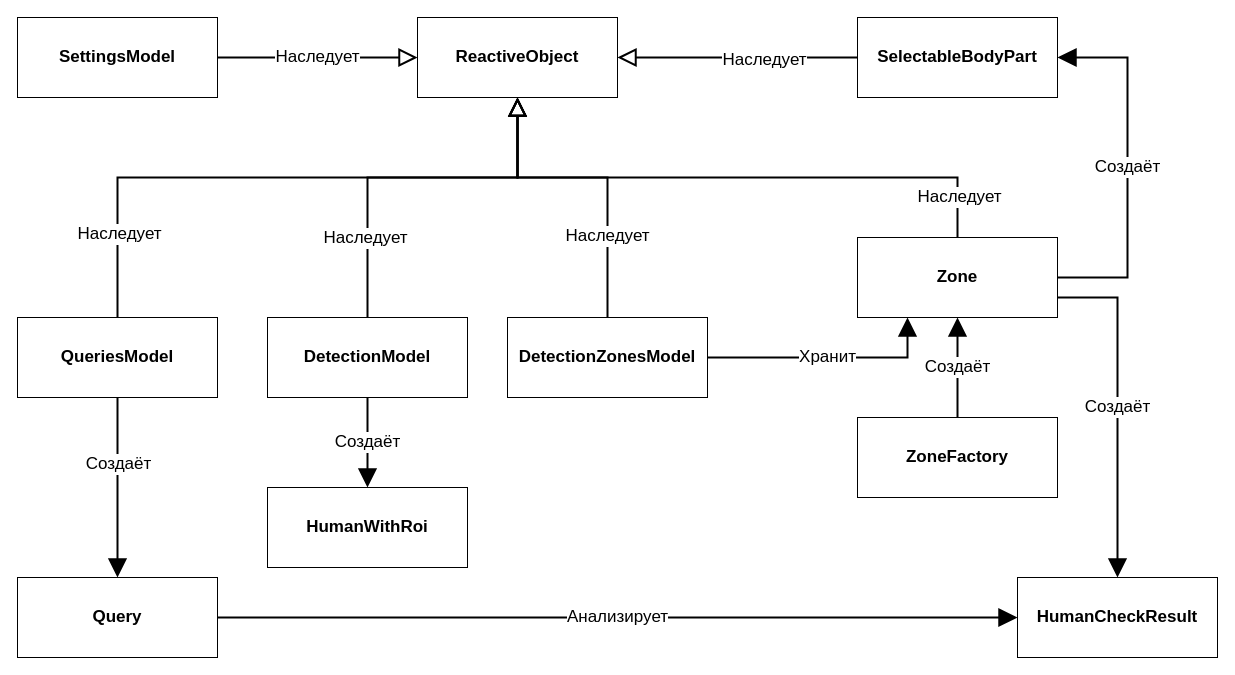
Above: page "Models" (2 of 12) of Engineering/Packets.drawio in GoldGreen/Skeletonization (draw.io), before the change. Source tidied: cells renumbered, new cells numbered last; positions are measured from the earlier drawing's top-left corner, leaving out a move shared by most shapes. Both pictures are drawn from the tidied source at 100%, with x=0, y=0 at pixel (17, 17).
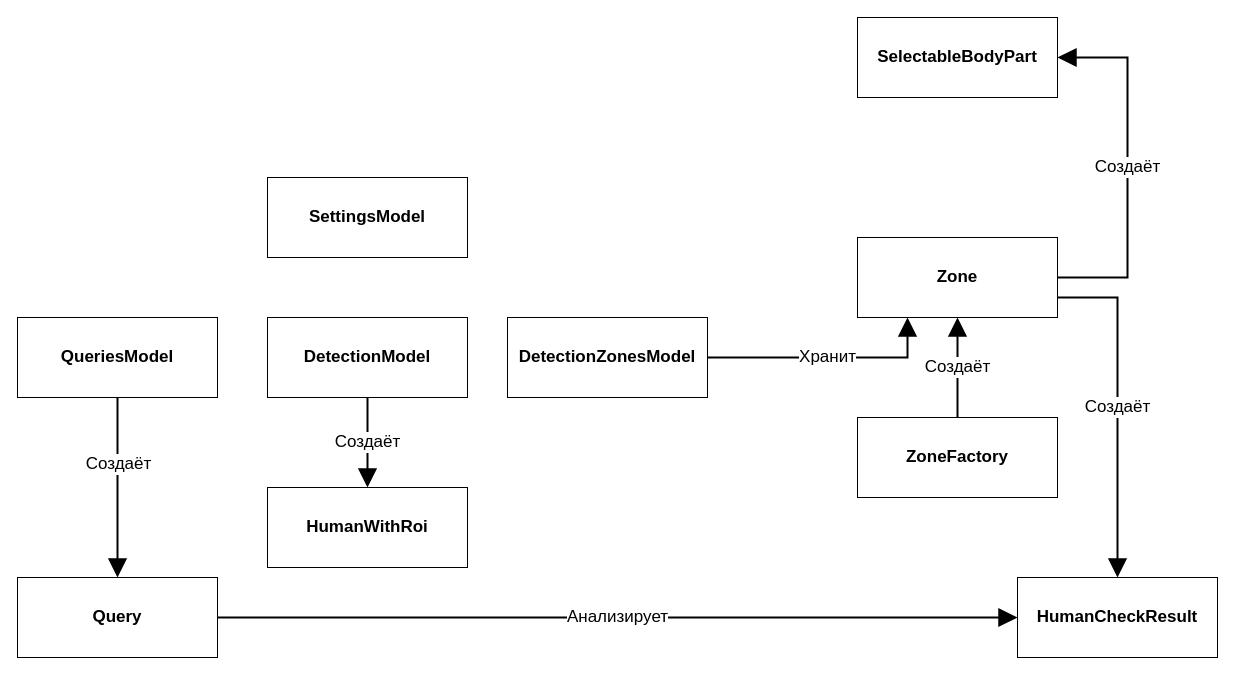
The same page after the edit.

Unchanged cells that the change refers to:
```xml
<mxCell id="7" value="DetectionZonesModel" style="rounded=0;whiteSpace=wrap;html=1;fontSize=17;fontStyle=1;" parent="1" vertex="1">
  <mxGeometry x="490" y="300" width="200" height="80" as="geometry" />
</mxCell>
<mxCell id="15" value="DetectionModel" style="rounded=0;whiteSpace=wrap;html=1;fontSize=17;fontStyle=1;" parent="1" vertex="1">
  <mxGeometry x="250" y="300" width="200" height="80" as="geometry" />
</mxCell>
<mxCell id="18" value="Zone" style="rounded=0;whiteSpace=wrap;html=1;fontSize=17;fontStyle=1;" parent="1" vertex="1">
  <mxGeometry x="840" y="220" width="200" height="80" as="geometry" />
</mxCell>
<mxCell id="23" value="QueriesModel" style="rounded=0;whiteSpace=wrap;html=1;fontSize=17;fontStyle=1;" parent="1" vertex="1">
  <mxGeometry y="300" width="200" height="80" as="geometry" />
</mxCell>
<mxCell id="28" value="SelectableBodyPart" style="rounded=0;whiteSpace=wrap;html=1;fontSize=17;fontStyle=1;" parent="1" vertex="1">
  <mxGeometry x="840" width="200" height="80" as="geometry" />
</mxCell>
```

The edit, as a diff of the source:
```diff
@@
-    <mxCell id="2" value="ReactiveObject" style="rounded=0;whiteSpace=wrap;html=1;fontSize=17;fontStyle=1;" parent="1" vertex="1">
-      <mxGeometry x="400" width="200" height="80" as="geometry" />
-    </mxCell>
-    <mxCell id="3" style="edgeStyle=orthogonalEdgeStyle;rounded=0;jettySize=auto;html=1;exitX=0.5;exitY=0;exitDx=0;exitDy=0;entryX=0.5;entryY=1;entryDx=0;entryDy=0;fontSize=17;endArrow=block;endFill=0;startSize=6;endSize=14;strokeWidth=2;" parent="1" edge="1" source="7" target="2">
-      <mxGeometry relative="1" as="geometry">
-        <Array as="points">
-          <mxPoint x="590" y="160" />
-          <mxPoint x="500" y="160" />
-        </Array>
-      </mxGeometry>
-    </mxCell>
-    <mxCell id="4" value="Наследует" style="edgeLabel;html=1;align=center;verticalAlign=middle;fontSize=17;" parent="3" vertex="1">
-      <mxGeometry x="-0.47" y="1" relative="1" as="geometry" />
-    </mxCell>
@@
-    <mxCell id="10" value="Наследует" style="edgeStyle=orthogonalEdgeStyle;rounded=0;jettySize=auto;html=1;exitX=1;exitY=0.5;exitDx=0;exitDy=0;entryX=0;entryY=0.5;entryDx=0;entryDy=0;fontSize=17;endArrow=block;endFill=0;startSize=6;endSize=14;strokeWidth=2;" parent="1" edge="1" source="11" target="2">
-      <mxGeometry relative="1" as="geometry" />
-    </mxCell>
     <mxCell id="11" value="SettingsModel" style="rounded=0;whiteSpace=wrap;html=1;fontSize=17;fontStyle=1;" parent="1" vertex="1">
-      <mxGeometry width="200" height="80" as="geometry" />
+      <mxGeometry x="250" y="160" width="200" height="80" as="geometry" />
     </mxCell>
-    <mxCell id="12" style="edgeStyle=orthogonalEdgeStyle;rounded=0;jettySize=auto;html=1;exitX=0.5;exitY=0;exitDx=0;exitDy=0;fontSize=17;endArrow=block;endFill=0;startSize=6;endSize=14;strokeWidth=2;" parent="1" edge="1" source="15">
-      <mxGeometry relative="1" as="geometry">
-        <mxPoint x="500" y="80" as="targetPoint" />
-        <Array as="points">
-          <mxPoint x="350" y="160" />
-          <mxPoint x="500" y="160" />
-        </Array>
-      </mxGeometry>
-    </mxCell>
-    <mxCell id="13" value="Наследует" style="edgeLabel;html=1;align=center;verticalAlign=middle;fontSize=17;" parent="12" vertex="1">
-      <mxGeometry x="-0.57" y="3" relative="1" as="geometry" />
-    </mxCell>
@@
-    <mxCell id="16" style="edgeStyle=orthogonalEdgeStyle;rounded=0;jettySize=auto;html=1;exitX=0.5;exitY=0;exitDx=0;exitDy=0;entryX=0.5;entryY=1;entryDx=0;entryDy=0;fontSize=17;endArrow=block;endFill=0;startSize=6;endSize=14;strokeWidth=2;" parent="1" edge="1" source="18" target="2">
-      <mxGeometry relative="1" as="geometry">
-        <Array as="points">
-          <mxPoint x="940" y="160" />
-          <mxPoint x="500" y="160" />
-        </Array>
-      </mxGeometry>
-    </mxCell>
-    <mxCell id="17" value="Наследует" style="edgeLabel;html=1;align=center;verticalAlign=middle;fontSize=17;" parent="16" vertex="1">
-      <mxGeometry x="-0.86" y="-1" relative="1" as="geometry" />
-    </mxCell>
@@
-    <mxCell id="19" style="edgeStyle=orthogonalEdgeStyle;rounded=0;jettySize=auto;html=1;exitX=0.5;exitY=0;exitDx=0;exitDy=0;entryX=0.5;entryY=1;entryDx=0;entryDy=0;fontSize=17;endArrow=block;endFill=0;startSize=6;endSize=14;strokeWidth=2;" parent="1" edge="1" source="23" target="2">
-      <mxGeometry relative="1" as="geometry">
-        <Array as="points">
-          <mxPoint x="100" y="160" />
-          <mxPoint x="500" y="160" />
-        </Array>
-      </mxGeometry>
-    </mxCell>
-    <mxCell id="20" value="Наследует" style="edgeLabel;html=1;align=center;verticalAlign=middle;fontSize=17;" parent="19" vertex="1">
-      <mxGeometry x="-0.73" y="-1" relative="1" as="geometry" />
-    </mxCell>
@@
-    <mxCell id="26" style="edgeStyle=orthogonalEdgeStyle;rounded=0;jettySize=auto;html=1;exitX=0;exitY=0.5;exitDx=0;exitDy=0;entryX=1;entryY=0.5;entryDx=0;entryDy=0;fontSize=17;endArrow=block;endFill=0;startSize=6;endSize=14;strokeWidth=2;" parent="1" edge="1" source="28" target="2">
-      <mxGeometry relative="1" as="geometry" />
-    </mxCell>
-    <mxCell id="27" value="Наследует" style="edgeLabel;html=1;align=center;verticalAlign=middle;fontSize=17;" parent="26" vertex="1">
-      <mxGeometry x="-0.22" y="2" relative="1" as="geometry" />
-    </mxCell>
```
